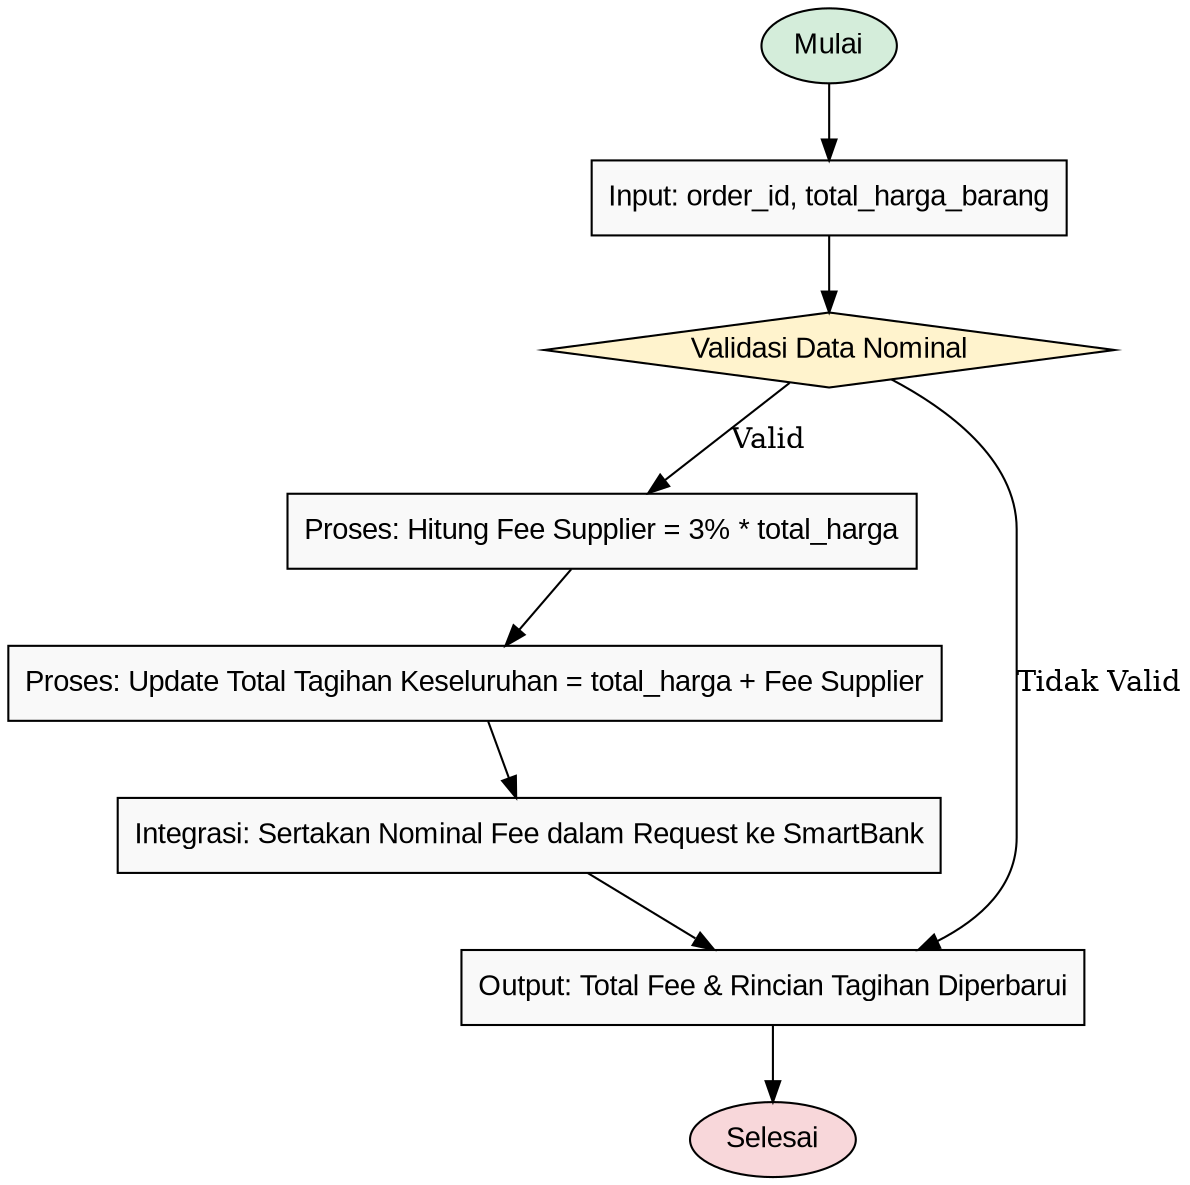
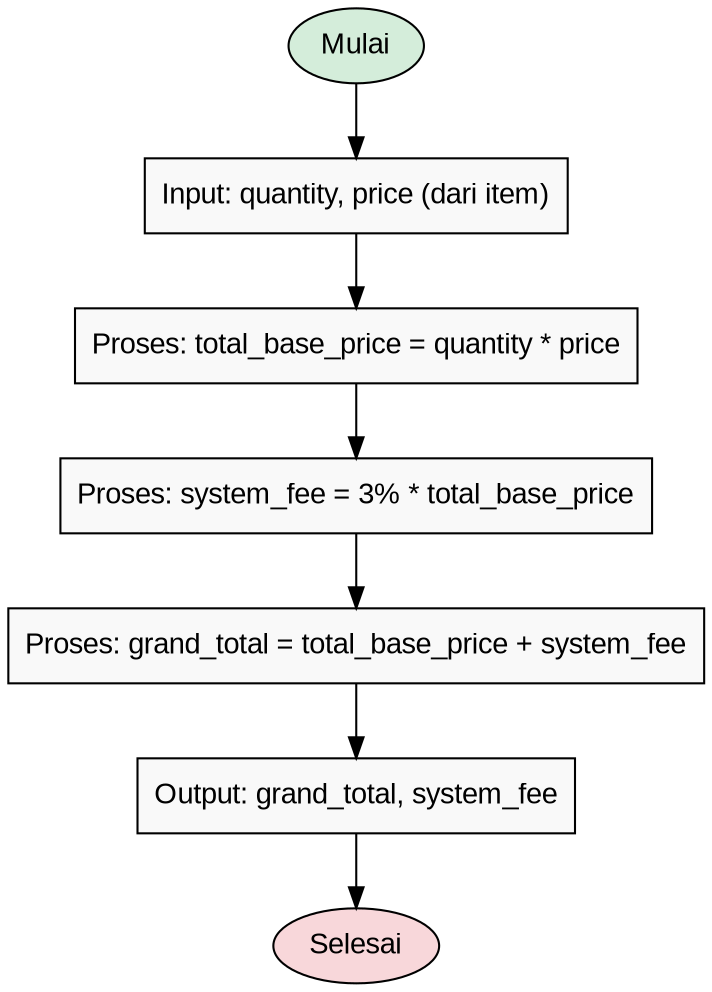
digraph BiayaLayanan {
    rankdir=TB;
    node [shape=box, style=filled, fillcolor="#f9f9f9", fontname="Arial"];

    Start [shape=oval, fillcolor="#d4edda", label="Mulai"];
-     Input [label="Input: order_id, total_harga_barang"];
-     Validasi [shape=diamond, fillcolor="#fff3cd", label="Validasi Data Nominal"];
-     Kalkulasi [label="Proses: Hitung Fee Supplier = 3% * total_harga"];
-     UpdateAmount [label="Proses: Update Total Tagihan Keseluruhan = total_harga + Fee Supplier"];
-     IntegrasiBank [label="Integrasi: Sertakan Nominal Fee dalam Request ke SmartBank"];
-     Output [label="Output: Total Fee & Rincian Tagihan Diperbarui"];
+     Input [label="Input: quantity, price (dari item)"];
+     KalkulasiDasar [label="Proses: total_base_price = quantity * price"];
+     KalkulasiFee [label="Proses: system_fee = 3% * total_base_price"];
+     UpdateAmount [label="Proses: grand_total = total_base_price + system_fee"];
+     Output [label="Output: grand_total, system_fee"];
    End [shape=oval, fillcolor="#f8d7da", label="Selesai"];

    Start -> Input;
-     Input -> Validasi;
-     Validasi -> Kalkulasi [label="Valid"];
-     Validasi -> Output [label="Tidak Valid"];
-     Kalkulasi -> UpdateAmount;
-     UpdateAmount -> IntegrasiBank;
-     IntegrasiBank -> Output;
+     Input -> KalkulasiDasar;
+     KalkulasiDasar -> KalkulasiFee;
+     KalkulasiFee -> UpdateAmount;
+     UpdateAmount -> Output;
    Output -> End;
}
